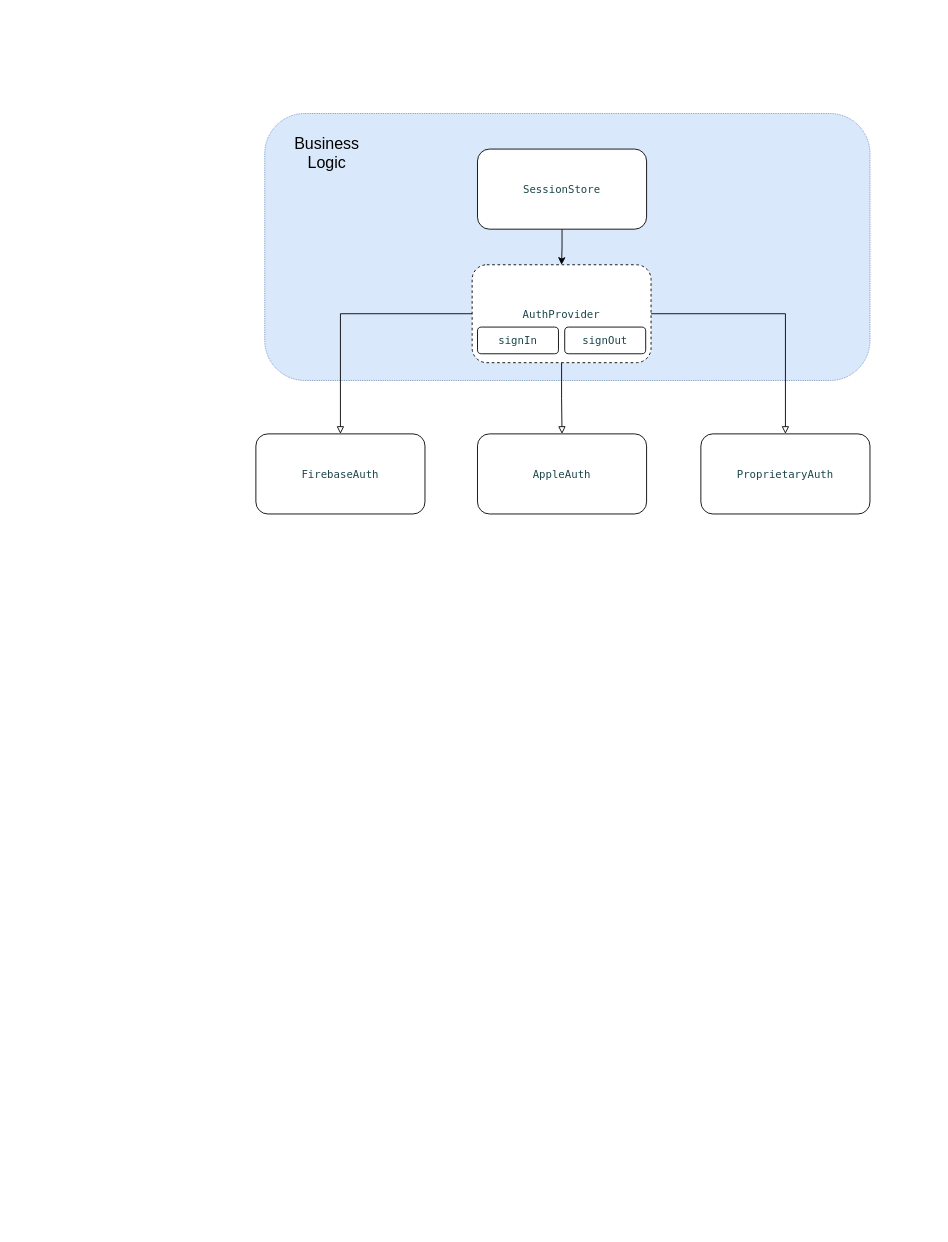
ssebi/TimeTracker keeps this draw.io diagram as doc/Untitled Diagram.drawio. Above is the earlier version. Source tidied: cells renumbered, new cells numbered last; positions are measured from the earlier drawing's top-left corner, leaving out a move shared by most shapes. Both pictures are drawn from the tidied source at 89%, with x=0, y=0 at pixel (255, 113).
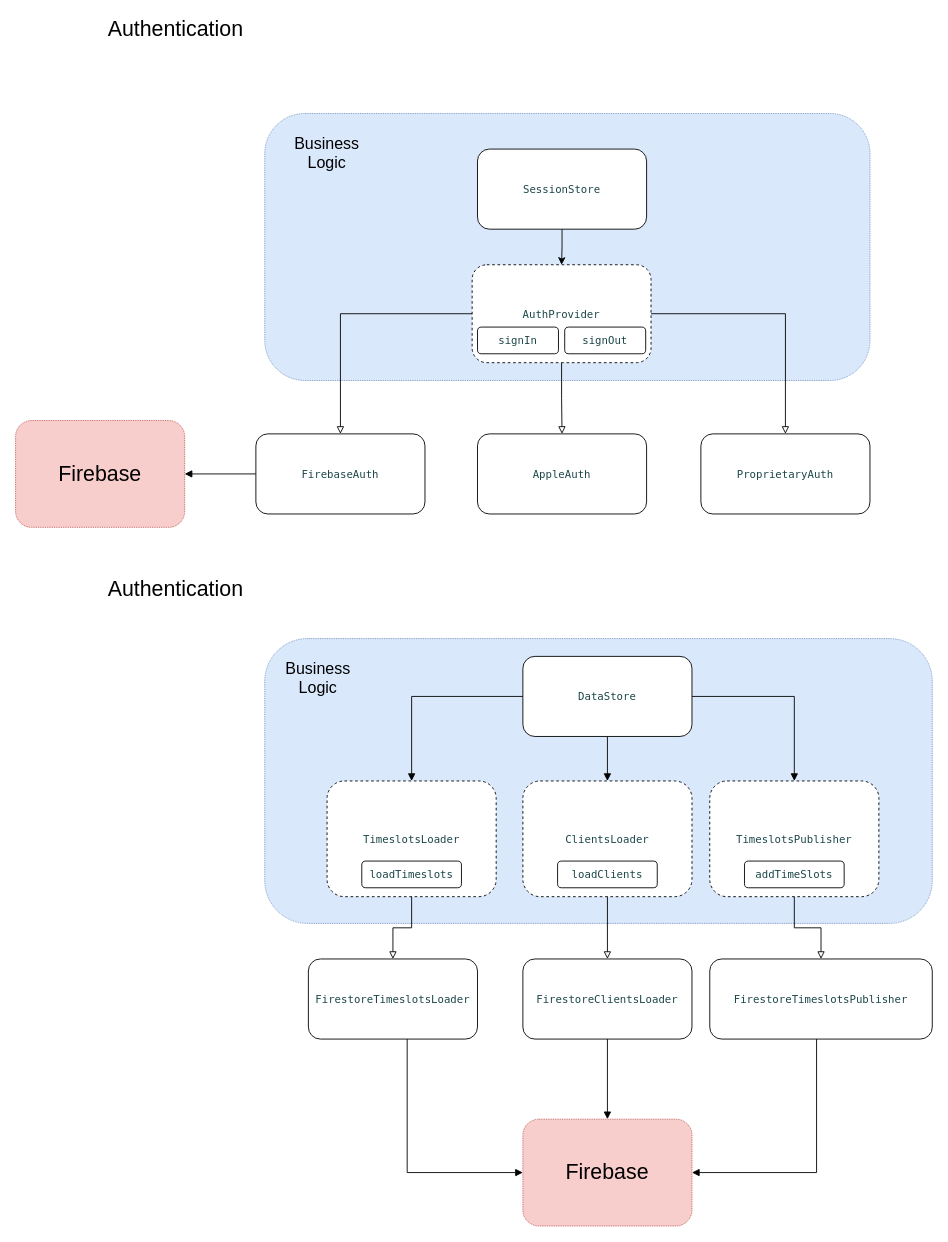
After the change.

The change refers to these unchanged cells:
```xml
<mxCell id="11" value="&lt;p style=&quot;margin: 0px ; font-stretch: normal ; line-height: normal ; font-family: &amp;#34;menlo&amp;#34; ; color: rgb(28 , 70 , 74) ; background-color: rgb(255 , 255 , 255)&quot;&gt;FirebaseAuth&lt;/p&gt;" style="rounded=1;whiteSpace=wrap;html=1;" parent="1" vertex="1">
  <mxGeometry y="360" width="190" height="90" as="geometry" />
</mxCell>
```

What changed in the source:
```diff
@@
+    <mxCell id="15" style="rounded=1;whiteSpace=wrap;html=1;fillColor=#dae8fc;dashed=1;dashPattern=1 1;strokeColor=#6c8ebf;" parent="1" vertex="1">
+      <mxGeometry x="10" y="590" width="750" height="320" as="geometry" />
+    </mxCell>
@@
+    <mxCell id="16" style="edgeStyle=orthogonalEdgeStyle;rounded=0;jettySize=auto;html=1;exitX=0;exitY=0.5;exitDx=0;exitDy=0;entryX=1;entryY=0.5;entryDx=0;entryDy=0;fontSize=24;endArrow=block;endFill=1;" parent="1" edge="1" source="11" target="43">
+      <mxGeometry relative="1" as="geometry" />
+    </mxCell>
@@
+    <mxCell id="17" value="Authentication" style="text;html=1;strokeColor=none;fillColor=none;align=center;verticalAlign=middle;whiteSpace=wrap;rounded=0;dashed=1;dashPattern=1 1;fontSize=24;" parent="1" vertex="1">
+      <mxGeometry x="-120" y="-110" width="60" height="30" as="geometry" />
+    </mxCell>
+    <mxCell id="18" value="Authentication" style="text;html=1;strokeColor=none;fillColor=none;align=center;verticalAlign=middle;whiteSpace=wrap;rounded=0;dashed=1;dashPattern=1 1;fontSize=24;" parent="1" vertex="1">
+      <mxGeometry x="-120" y="520" width="60" height="30" as="geometry" />
+    </mxCell>
+    <mxCell id="19" style="edgeStyle=orthogonalEdgeStyle;rounded=0;jettySize=auto;html=1;fontSize=24;endArrow=block;endFill=1;" parent="1" edge="1" source="22" target="27">
+      <mxGeometry relative="1" as="geometry" />
+    </mxCell>
+    <mxCell id="20" style="edgeStyle=orthogonalEdgeStyle;rounded=0;jettySize=auto;html=1;fontSize=24;endArrow=block;endFill=1;" parent="1" edge="1" source="22" target="30">
+      <mxGeometry relative="1" as="geometry" />
+    </mxCell>
+    <mxCell id="21" style="edgeStyle=orthogonalEdgeStyle;rounded=0;jettySize=auto;html=1;entryX=0.5;entryY=0;entryDx=0;entryDy=0;fontSize=24;endArrow=block;endFill=1;" parent="1" edge="1" source="22" target="36">
+      <mxGeometry relative="1" as="geometry" />
+    </mxCell>
+    <mxCell id="22" value="&lt;p style=&quot;margin: 0px ; font-stretch: normal ; line-height: normal ; font-family: &amp;#34;menlo&amp;#34; ; color: rgb(28 , 70 , 74) ; background-color: rgb(255 , 255 , 255)&quot;&gt;DataStore&lt;/p&gt;" style="rounded=1;whiteSpace=wrap;html=1;" parent="1" vertex="1">
+      <mxGeometry x="300" y="610" width="190" height="90" as="geometry" />
+    </mxCell>
+    <mxCell id="23" style="edgeStyle=orthogonalEdgeStyle;rounded=0;jettySize=auto;html=1;entryX=0;entryY=0.5;entryDx=0;entryDy=0;fontSize=24;endArrow=block;endFill=1;" parent="1" edge="1" source="24" target="42">
+      <mxGeometry relative="1" as="geometry">
+        <Array as="points">
+          <mxPoint x="170" y="1190" />
+        </Array>
+      </mxGeometry>
+    </mxCell>
+    <mxCell id="24" value="&lt;p style=&quot;margin: 0px ; font-stretch: normal ; line-height: normal ; font-family: &amp;#34;menlo&amp;#34; ; color: rgb(28 , 70 , 74) ; background-color: rgb(255 , 255 , 255)&quot;&gt;FirestoreTimeslotsLoader&lt;/p&gt;" style="rounded=1;whiteSpace=wrap;html=1;" parent="1" vertex="1">
+      <mxGeometry x="59" y="950" width="190" height="90" as="geometry" />
+    </mxCell>
+    <mxCell id="25" value="Business Logic" style="text;html=1;strokeColor=none;fillColor=none;align=center;verticalAlign=middle;whiteSpace=wrap;rounded=0;dashed=1;dashPattern=1 1;fontSize=18;" parent="1" vertex="1">
+      <mxGeometry x="40" y="620" width="60" height="30" as="geometry" />
+    </mxCell>
+    <mxCell id="26" style="group;" parent="1" vertex="1">
+      <mxGeometry x="80" y="750" width="190" height="130" as="geometry" />
+    </mxCell>
+    <mxCell id="27" value="&lt;p style=&quot;margin: 0px ; font-stretch: normal ; line-height: normal ; font-family: &amp;#34;menlo&amp;#34; ; color: rgb(28 , 70 , 74) ; background-color: rgb(255 , 255 , 255)&quot;&gt;TimeslotsLoader&lt;/p&gt;" style="rounded=1;whiteSpace=wrap;html=1;dashed=1;" parent="26" vertex="1">
+      <mxGeometry width="190" height="130" as="geometry" />
+    </mxCell>
+    <mxCell id="28" value="&lt;p style=&quot;margin: 0px ; font-stretch: normal ; line-height: normal ; font-family: &amp;#34;menlo&amp;#34; ; color: rgb(28 , 70 , 74) ; background-color: rgb(255 , 255 , 255)&quot;&gt;loadTimeslots&lt;/p&gt;" style="rounded=1;whiteSpace=wrap;html=1;" parent="26" vertex="1">
+      <mxGeometry x="39" y="90" width="112" height="30" as="geometry" />
+    </mxCell>
+    <mxCell id="29" style="group;" parent="1" vertex="1">
+      <mxGeometry x="300" y="750" width="190" height="130" as="geometry" />
+    </mxCell>
+    <mxCell id="30" value="&lt;p style=&quot;margin: 0px ; font-stretch: normal ; line-height: normal ; font-family: &amp;#34;menlo&amp;#34; ; color: rgb(28 , 70 , 74) ; background-color: rgb(255 , 255 , 255)&quot;&gt;ClientsLoader&lt;/p&gt;" style="rounded=1;whiteSpace=wrap;html=1;dashed=1;" parent="29" vertex="1">
+      <mxGeometry width="190" height="130" as="geometry" />
+    </mxCell>
+    <mxCell id="31" value="&lt;p style=&quot;margin: 0px ; font-stretch: normal ; line-height: normal ; font-family: &amp;#34;menlo&amp;#34; ; color: rgb(28 , 70 , 74) ; background-color: rgb(255 , 255 , 255)&quot;&gt;loadClients&lt;/p&gt;" style="rounded=1;whiteSpace=wrap;html=1;" parent="29" vertex="1">
+      <mxGeometry x="39" y="90" width="112" height="30" as="geometry" />
+    </mxCell>
+    <mxCell id="32" style="edgeStyle=orthogonalEdgeStyle;rounded=0;jettySize=auto;html=1;fontSize=24;endArrow=block;endFill=1;" parent="1" edge="1" source="33" target="42">
+      <mxGeometry relative="1" as="geometry" />
+    </mxCell>
+    <mxCell id="33" value="&lt;p style=&quot;margin: 0px ; font-stretch: normal ; line-height: normal ; font-family: &amp;#34;menlo&amp;#34; ; color: rgb(28 , 70 , 74) ; background-color: rgb(255 , 255 , 255)&quot;&gt;FirestoreClientsLoader&lt;/p&gt;" style="rounded=1;whiteSpace=wrap;html=1;" parent="1" vertex="1">
+      <mxGeometry x="300" y="950" width="190" height="90" as="geometry" />
+    </mxCell>
+    <mxCell id="34" style="edgeStyle=orthogonalEdgeStyle;rounded=0;jettySize=auto;html=1;exitX=0.5;exitY=1;exitDx=0;exitDy=0;fontSize=24;endArrow=block;endFill=0;" parent="1" edge="1" source="30" target="33">
+      <mxGeometry relative="1" as="geometry" />
+    </mxCell>
+    <mxCell id="35" style="group;" parent="1" vertex="1">
+      <mxGeometry x="510" y="750" width="190" height="130" as="geometry" />
+    </mxCell>
+    <mxCell id="36" value="&lt;p style=&quot;margin: 0px ; font-stretch: normal ; line-height: normal ; font-family: &amp;#34;menlo&amp;#34; ; color: rgb(28 , 70 , 74) ; background-color: rgb(255 , 255 , 255)&quot;&gt;TimeslotsPublisher&lt;/p&gt;" style="rounded=1;whiteSpace=wrap;html=1;dashed=1;" parent="35" vertex="1">
+      <mxGeometry width="190" height="130" as="geometry" />
+    </mxCell>
+    <mxCell id="37" value="&lt;p style=&quot;margin: 0px ; font-stretch: normal ; line-height: normal ; font-family: &amp;#34;menlo&amp;#34; ; color: rgb(28 , 70 , 74) ; background-color: rgb(255 , 255 , 255)&quot;&gt;addTimeSlots&lt;/p&gt;" style="rounded=1;whiteSpace=wrap;html=1;" parent="35" vertex="1">
+      <mxGeometry x="39" y="90" width="112" height="30" as="geometry" />
+    </mxCell>
+    <mxCell id="38" style="edgeStyle=orthogonalEdgeStyle;rounded=0;jettySize=auto;html=1;entryX=1;entryY=0.5;entryDx=0;entryDy=0;fontSize=24;endArrow=block;endFill=1;" parent="1" edge="1" source="39" target="42">
+      <mxGeometry relative="1" as="geometry">
+        <Array as="points">
+          <mxPoint x="630" y="1190" />
+        </Array>
+      </mxGeometry>
+    </mxCell>
+    <mxCell id="39" value="&lt;p style=&quot;margin: 0px ; font-stretch: normal ; line-height: normal ; font-family: &amp;#34;menlo&amp;#34; ; color: rgb(28 , 70 , 74) ; background-color: rgb(255 , 255 , 255)&quot;&gt;FirestoreTimeslotsPublisher&lt;/p&gt;" style="rounded=1;whiteSpace=wrap;html=1;" parent="1" vertex="1">
+      <mxGeometry x="510" y="950" width="250" height="90" as="geometry" />
+    </mxCell>
+    <mxCell id="40" style="edgeStyle=orthogonalEdgeStyle;rounded=0;jettySize=auto;html=1;entryX=0.5;entryY=0;entryDx=0;entryDy=0;fontSize=24;endArrow=block;endFill=0;" parent="1" edge="1" source="36" target="39">
+      <mxGeometry relative="1" as="geometry" />
+    </mxCell>
+    <mxCell id="41" style="edgeStyle=orthogonalEdgeStyle;rounded=0;jettySize=auto;html=1;fontSize=24;endArrow=block;endFill=0;" parent="1" edge="1" source="27" target="24">
+      <mxGeometry relative="1" as="geometry" />
+    </mxCell>
+    <mxCell id="42" value="Firebase" style="rounded=1;whiteSpace=wrap;html=1;dashed=1;fontSize=24;fillColor=#f8cecc;dashPattern=1 1;strokeColor=#b85450;" parent="1" vertex="1">
+      <mxGeometry x="300" y="1130" width="190" height="120" as="geometry" />
+    </mxCell>
+    <mxCell id="43" value="Firebase" style="rounded=1;whiteSpace=wrap;html=1;dashed=1;fontSize=24;fillColor=#f8cecc;dashPattern=1 1;strokeColor=#b85450;" parent="1" vertex="1">
+      <mxGeometry x="-270" y="345" width="190" height="120" as="geometry" />
+    </mxCell>
```
